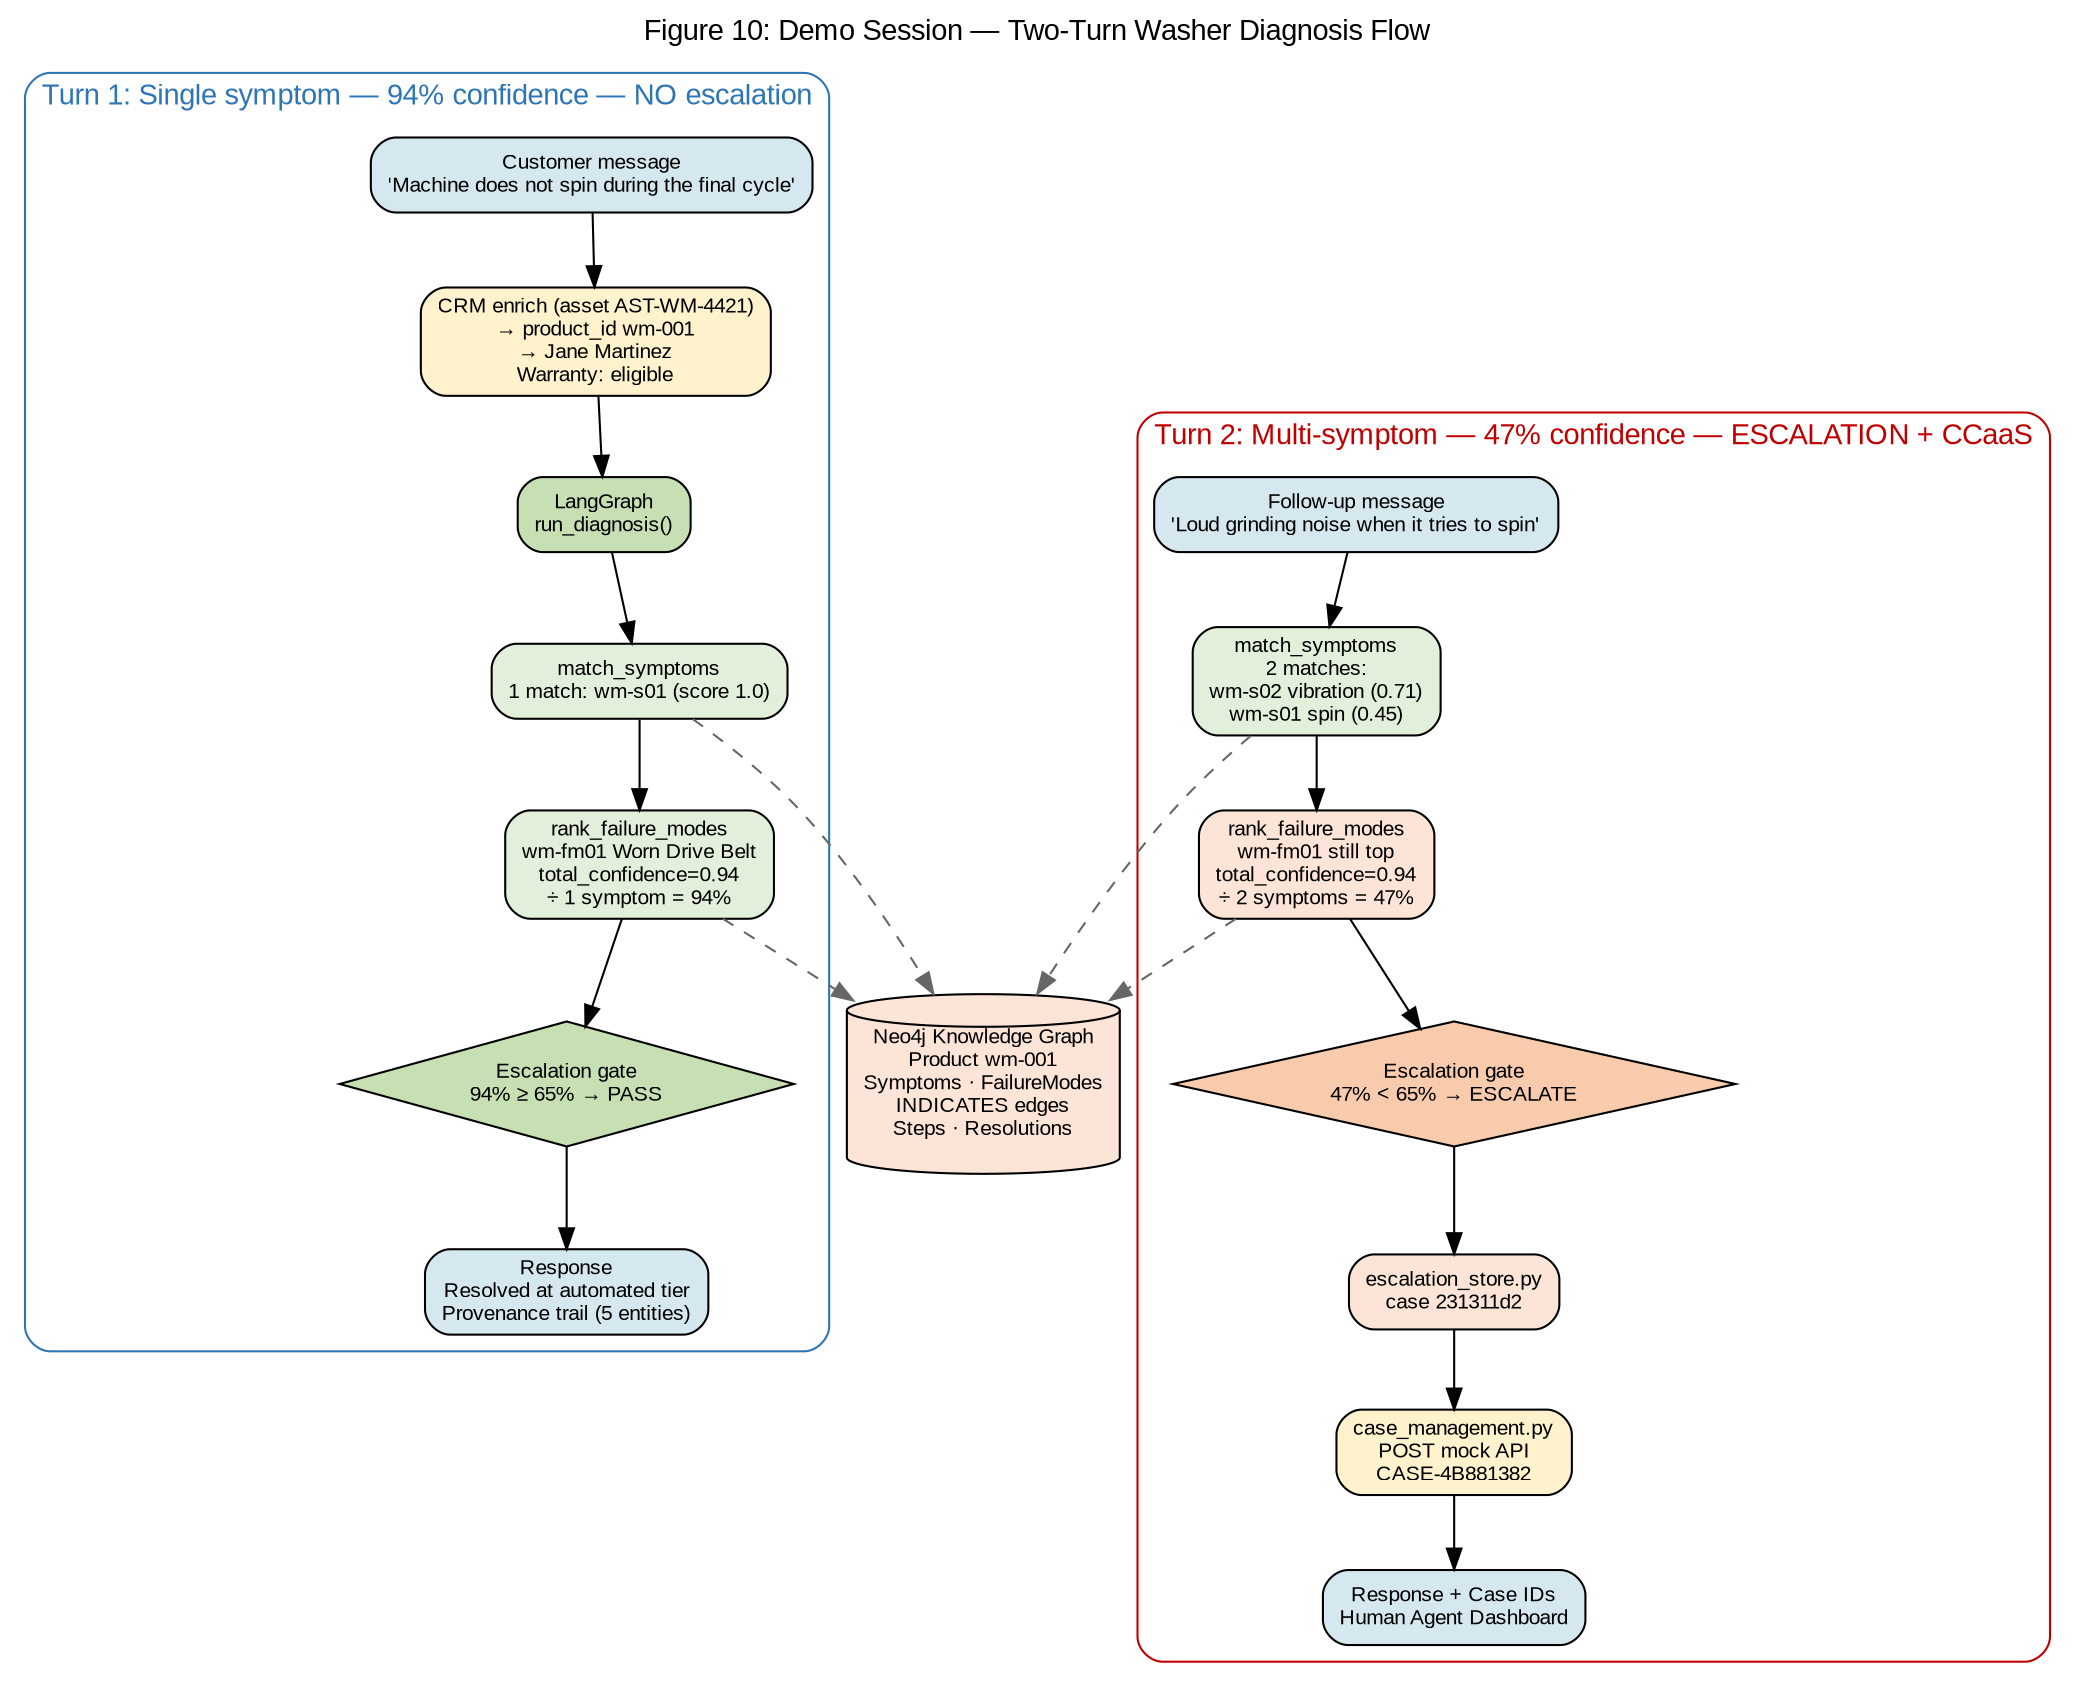
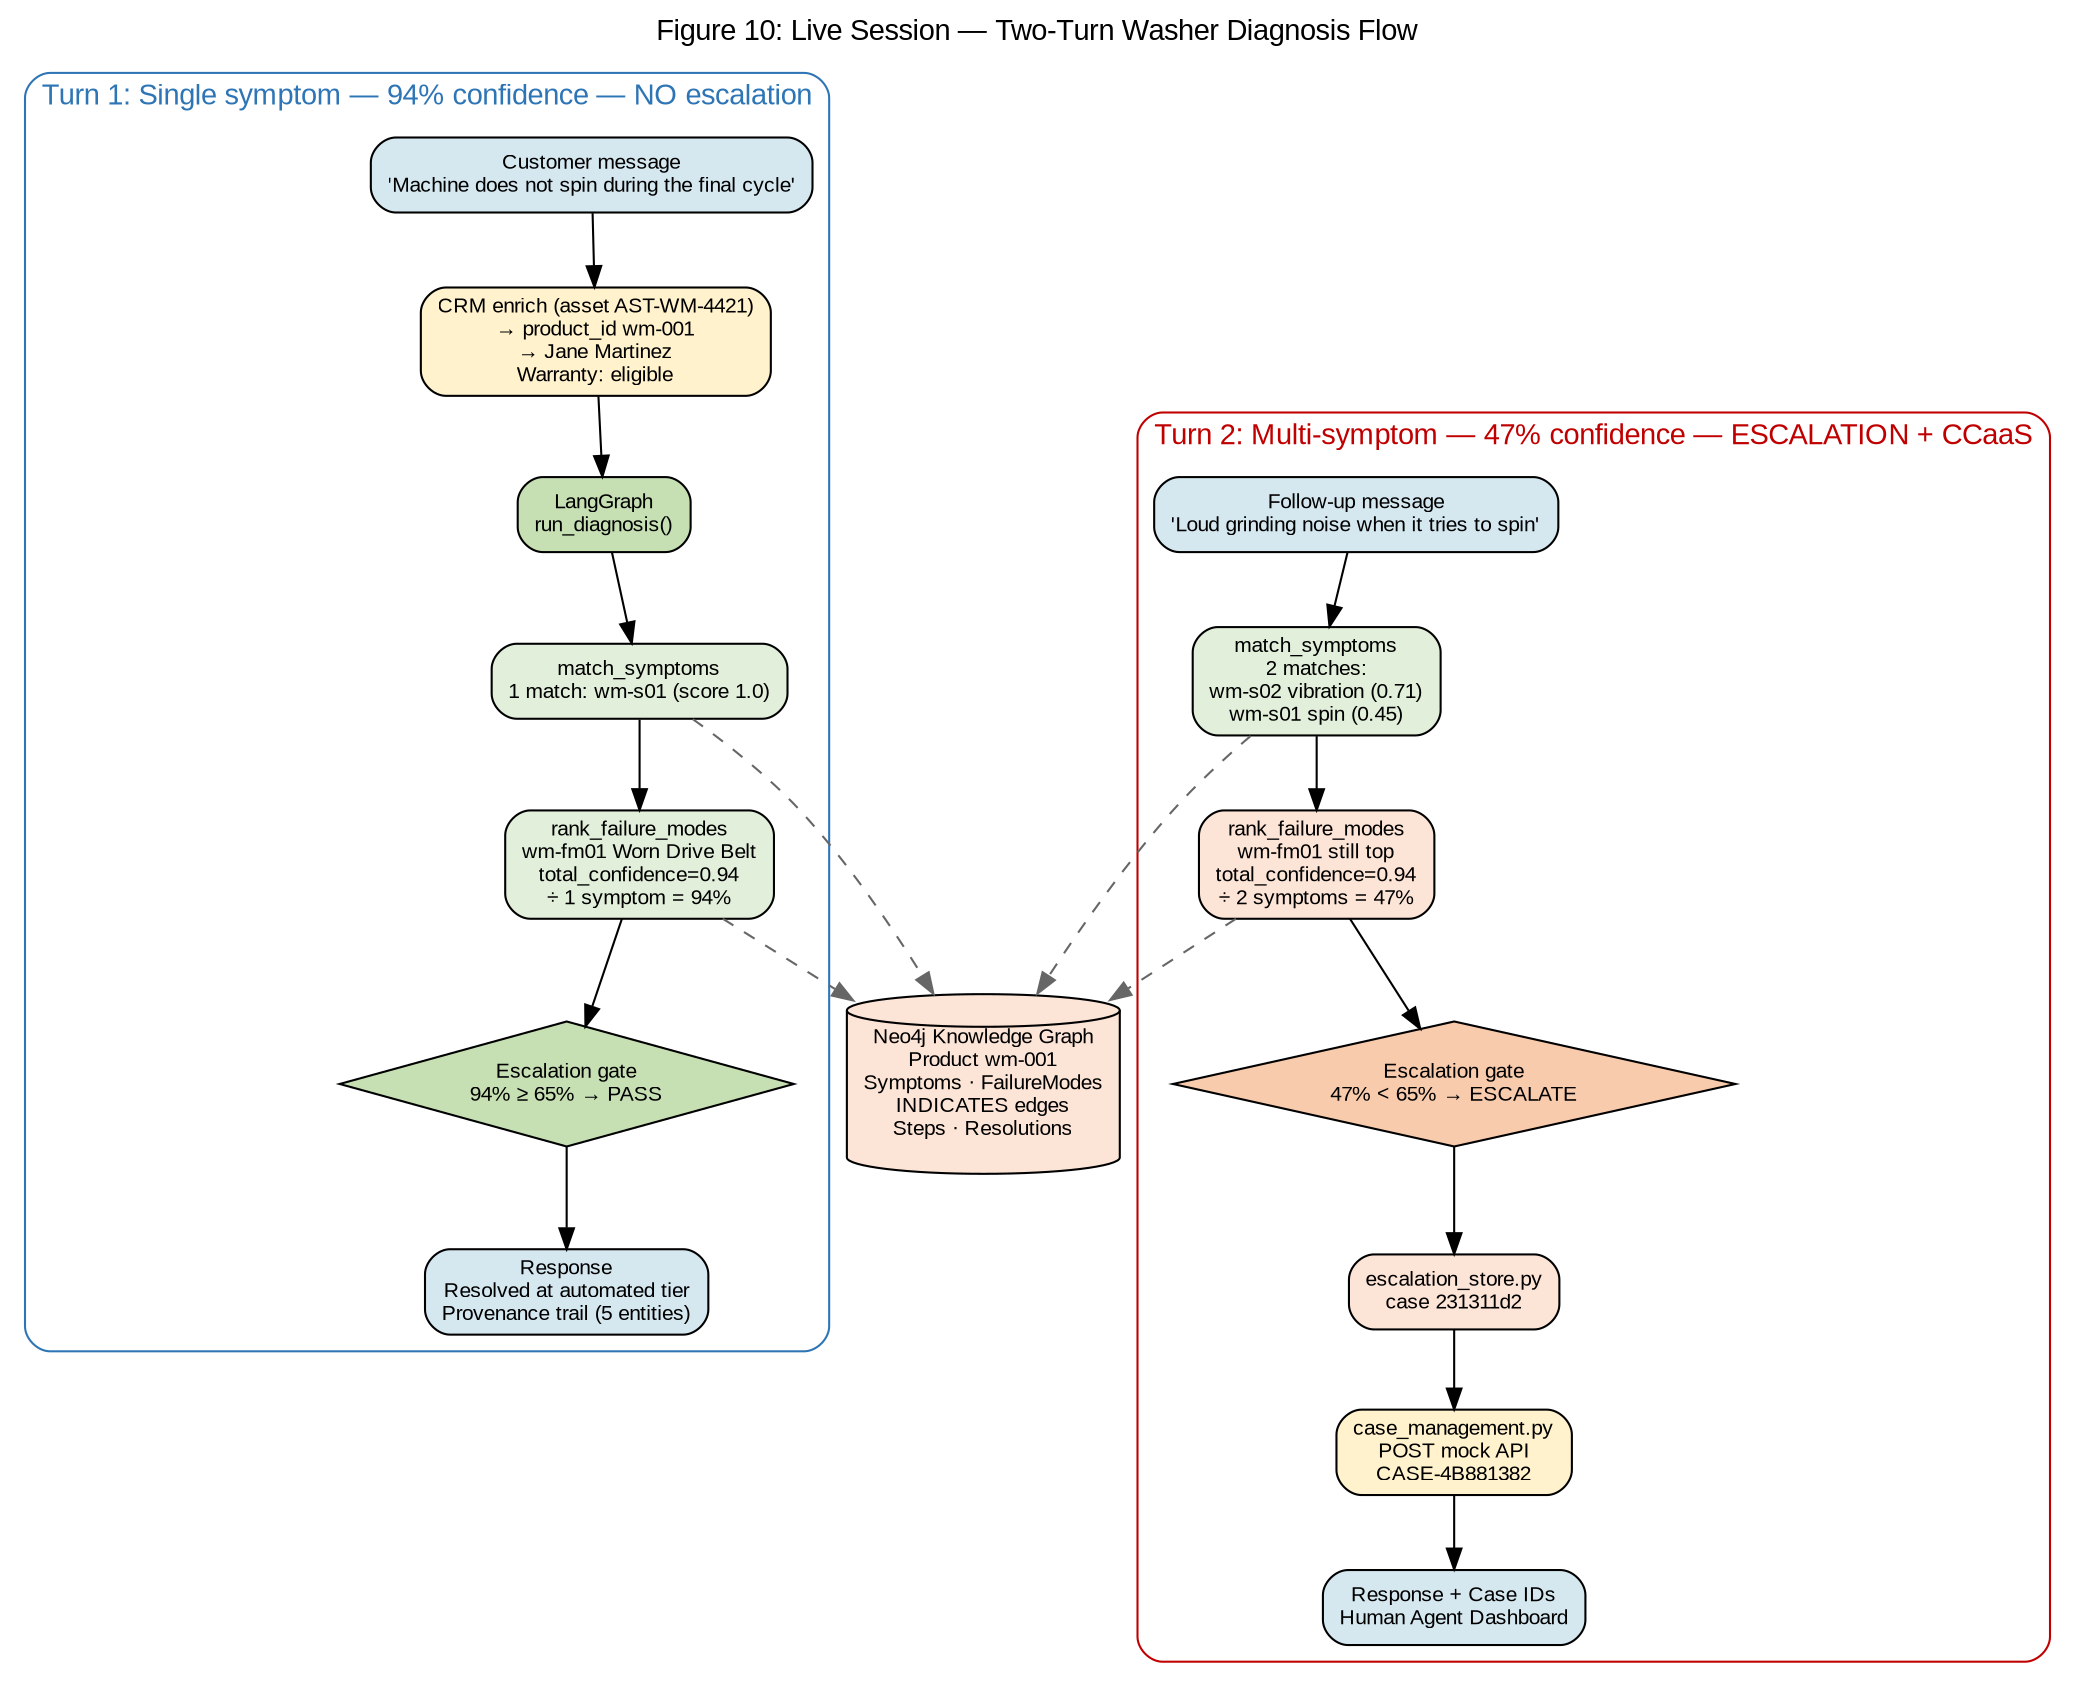
// Figure 10: Demo session — two-turn washer flow (Streamlit → LangGraph → GraphRAG → Neo4j)
digraph DemoSessionTurnFlow {
  graph [
    rankdir=TB
-     label="Figure 10: Demo Session — Two-Turn Washer Diagnosis Flow"
+     label="Figure 10: Live Session — Two-Turn Washer Diagnosis Flow"
    labelloc=t
    fontsize=14
    fontname="Arial"
    bgcolor="white"
    nodesep=0.35
  ]
  node [fontname="Arial", fontsize=10]
  edge [fontname="Arial", fontsize=9]

  subgraph cluster_turn1 {
    label="Turn 1: Single symptom — 94% confidence — NO escalation"
    style=rounded
    color="#2E75B6"
    fontcolor="#2E75B6"

    T1_IN [label="Customer message\n'Machine does not spin during the final cycle'", shape=box, style="rounded,filled", fillcolor="#D5E8F0"]
    T1_CRM [label="CRM enrich (asset AST-WM-4421)\n→ product_id wm-001\n→ Jane Martinez\nWarranty: eligible", shape=box, style="rounded,filled", fillcolor="#FFF2CC"]
    T1_LG [label="LangGraph\nrun_diagnosis()", shape=box, style="rounded,filled", fillcolor="#C6E0B4"]
    T1_SYM [label="match_symptoms\n1 match: wm-s01 (score 1.0)", shape=box, style="rounded,filled", fillcolor="#E2EFDA"]
    T1_RANK [label="rank_failure_modes\nwm-fm01 Worn Drive Belt\ntotal_confidence=0.94\n÷ 1 symptom = 94%", shape=box, style="rounded,filled", fillcolor="#E2EFDA"]
    T1_ESC [label="Escalation gate\n94% ≥ 65% → PASS", shape=diamond, style=filled, fillcolor="#C6E0B4"]
    T1_OUT [label="Response\nResolved at automated tier\nProvenance trail (5 entities)", shape=box, style="rounded,filled", fillcolor="#D5E8F0"]

    T1_IN -> T1_CRM -> T1_LG -> T1_SYM -> T1_RANK -> T1_ESC -> T1_OUT
  }

  subgraph cluster_turn2 {
    label="Turn 2: Multi-symptom — 47% confidence — ESCALATION + CCaaS"
    style=rounded
    color="#C00000"
    fontcolor="#C00000"

    T2_IN [label="Follow-up message\n'Loud grinding noise when it tries to spin'", shape=box, style="rounded,filled", fillcolor="#D5E8F0"]
    T2_SYM [label="match_symptoms\n2 matches:\nwm-s02 vibration (0.71)\nwm-s01 spin (0.45)", shape=box, style="rounded,filled", fillcolor="#E2EFDA"]
    T2_RANK [label="rank_failure_modes\nwm-fm01 still top\ntotal_confidence=0.94\n÷ 2 symptoms = 47%", shape=box, style="rounded,filled", fillcolor="#FCE4D6"]
    T2_ESC [label="Escalation gate\n47% < 65% → ESCALATE", shape=diamond, style=filled, fillcolor="#F8CBAD"]
    T2_STORE [label="escalation_store.py\ncase 231311d2", shape=box, style="rounded,filled", fillcolor="#FCE4D6"]
    T2_CC [label="case_management.py\nPOST mock API\nCASE-4B881382", shape=box, style="rounded,filled", fillcolor="#FFF2CC"]
    T2_OUT [label="Response + Case IDs\nHuman Agent Dashboard", shape=box, style="rounded,filled", fillcolor="#D5E8F0"]

    T2_IN -> T2_SYM -> T2_RANK -> T2_ESC -> T2_STORE -> T2_CC -> T2_OUT
  }

  Neo [label="Neo4j Knowledge Graph\nProduct wm-001\nSymptoms · FailureModes\nINDICATES edges\nSteps · Resolutions", shape=cylinder, style=filled, fillcolor="#FCE4D6"]

  T1_SYM -> Neo [style=dashed, color="#666666"]
  T1_RANK -> Neo [style=dashed, color="#666666"]
  T2_SYM -> Neo [style=dashed, color="#666666"]
  T2_RANK -> Neo [style=dashed, color="#666666"]
}